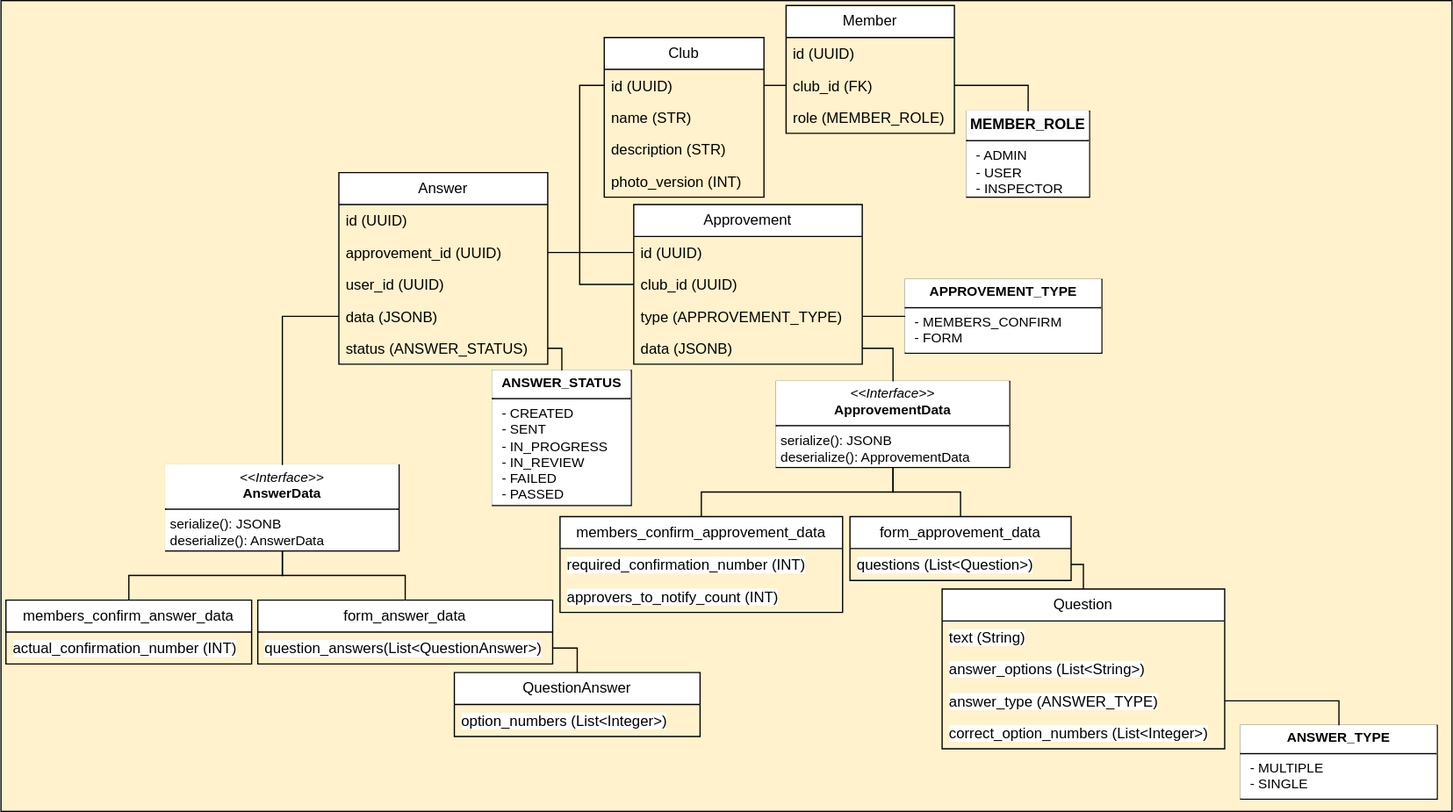
This is doc/img/domain_model.drawio.svg from ru-random-walk/club-service, a draw.io export, as it was before one commit. Source tidied: cells renumbered, new cells last; positions are measured from the earlier drawing's top-left corner, leaving out a move shared by most shapes.
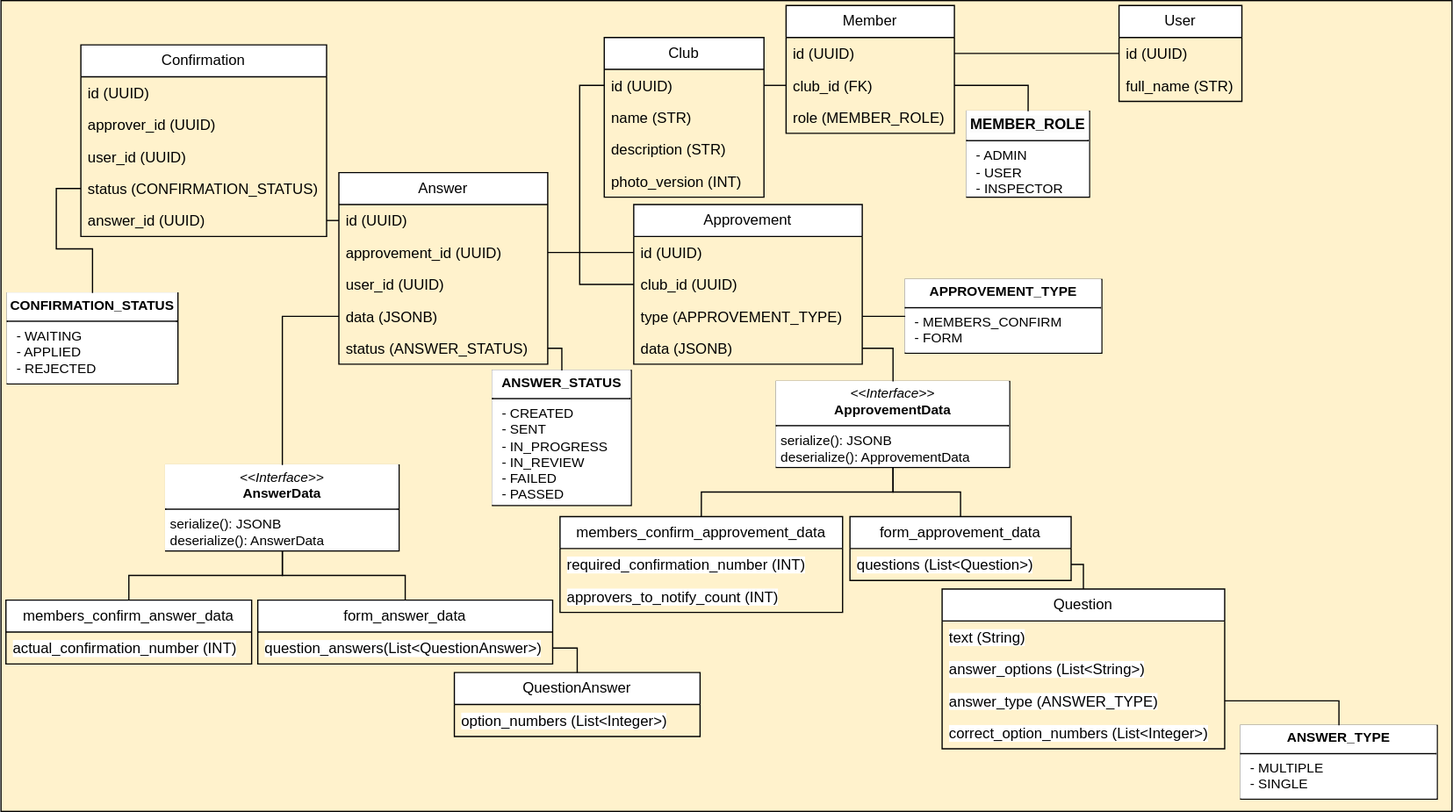
The same diagram one commit later.

Commit message:
update domain model

The edit, as a diff of the source:
```diff
@@ -176,5 +176,44 @@
     <mxCell id="59" style="edgeStyle=orthogonalEdgeStyle;rounded=0;jettySize=auto;html=1;exitX=0;exitY=0.5;exitDx=0;exitDy=0;entryX=0;entryY=0.5;entryDx=0;entryDy=0;endArrow=none;endFill=0;" parent="1" edge="1" source="4" target="10">
       <mxGeometry relative="1" as="geometry" />
     </mxCell>
+    <mxCell id="60" style="edgeStyle=orthogonalEdgeStyle;rounded=0;jettySize=auto;html=1;entryX=1;entryY=0.5;entryDx=0;entryDy=0;endArrow=none;startFill=0;" parent="1" edge="1" source="61" target="36">
+      <mxGeometry relative="1" as="geometry" />
+    </mxCell>
+    <mxCell id="61" value="User" style="swimlane;fontStyle=0;horizontal=1;startSize=26;fillColor=#FFFFFF;whiteSpace=wrap;html=1;strokeColor=default;align=center;verticalAlign=middle;fontFamily=Helvetica;fontSize=12;fontColor=default;" parent="1" vertex="1">
+      <mxGeometry x="910" y="4" width="100" height="78" as="geometry" />
+    </mxCell>
+    <mxCell id="62" value="id (UUID)" style="text;strokeColor=none;fillColor=none;align=left;verticalAlign=top;spacingLeft=4;spacingRight=4;overflow=hidden;whiteSpace=wrap;html=1;fontFamily=Helvetica;fontSize=12;fontColor=default;fontStyle=0;" parent="61" vertex="1">
+      <mxGeometry y="26" width="100" height="26" as="geometry" />
+    </mxCell>
+    <mxCell id="63" value="full_name (STR)" style="text;strokeColor=none;fillColor=none;align=left;verticalAlign=top;spacingLeft=4;spacingRight=4;overflow=hidden;whiteSpace=wrap;html=1;fontFamily=Helvetica;fontSize=12;fontColor=default;fontStyle=0;" parent="61" vertex="1">
+      <mxGeometry y="52" width="100" height="26" as="geometry" />
+    </mxCell>
+    <mxCell id="64" value="Confirmation" style="swimlane;fontStyle=0;horizontal=1;startSize=26;fillColor=#FFFFFF;whiteSpace=wrap;html=1;strokeColor=default;align=center;verticalAlign=middle;fontFamily=Helvetica;fontSize=12;fontColor=default;" parent="1" vertex="1">
+      <mxGeometry x="65" y="36" width="200" height="156" as="geometry" />
+    </mxCell>
+    <mxCell id="65" value="id (UUID)" style="text;strokeColor=none;fillColor=none;align=left;verticalAlign=top;spacingLeft=4;spacingRight=4;overflow=hidden;whiteSpace=wrap;html=1;fontFamily=Helvetica;fontSize=12;fontColor=default;fontStyle=0;" parent="64" vertex="1">
+      <mxGeometry y="26" width="200" height="26" as="geometry" />
+    </mxCell>
+    <mxCell id="66" value="approver_id (UUID)" style="text;strokeColor=none;fillColor=none;align=left;verticalAlign=top;spacingLeft=4;spacingRight=4;overflow=hidden;whiteSpace=wrap;html=1;fontFamily=Helvetica;fontSize=12;fontColor=default;fontStyle=0;" parent="64" vertex="1">
+      <mxGeometry y="52" width="200" height="26" as="geometry" />
+    </mxCell>
+    <mxCell id="67" value="user_id (UUID)" style="text;strokeColor=none;fillColor=none;align=left;verticalAlign=top;spacingLeft=4;spacingRight=4;overflow=hidden;whiteSpace=wrap;html=1;fontFamily=Helvetica;fontSize=12;fontColor=default;fontStyle=0;" parent="64" vertex="1">
+      <mxGeometry y="78" width="200" height="26" as="geometry" />
+    </mxCell>
+    <mxCell id="68" value="status (CONFIRMATION_STATUS)" style="text;strokeColor=none;fillColor=none;align=left;verticalAlign=top;spacingLeft=4;spacingRight=4;overflow=hidden;points=[[0,0.5],[1,0.5]];portConstraint=eastwest;whiteSpace=wrap;html=1;fontFamily=Helvetica;fontSize=12;fontColor=default;fontStyle=0;" parent="64" vertex="1">
+      <mxGeometry y="104" width="200" height="26" as="geometry" />
+    </mxCell>
+    <mxCell id="69" value="answer_id (UUID)" style="text;strokeColor=none;fillColor=none;align=left;verticalAlign=top;spacingLeft=4;spacingRight=4;overflow=hidden;points=[[0,0.5],[1,0.5]];portConstraint=eastwest;whiteSpace=wrap;html=1;fontFamily=Helvetica;fontSize=12;fontColor=default;fontStyle=0;" parent="64" vertex="1">
+      <mxGeometry y="130" width="200" height="26" as="geometry" />
+    </mxCell>
+    <mxCell id="70" value="&lt;p style=&quot;margin: 4px 0px 0px; text-align: center;&quot;&gt;&lt;b&gt;CONFIRMATION_STATUS&lt;/b&gt;&lt;/p&gt;&lt;hr size=&quot;1&quot; style=&quot;border-style:solid;&quot;&gt;&lt;p style=&quot;margin:0px;margin-left:8px;&quot;&gt;- WAITING&lt;/p&gt;&lt;p style=&quot;margin:0px;margin-left:8px;&quot;&gt;&lt;span style=&quot;background-color: light-dark(#ffffff, var(--ge-dark-color, #121212)); color: light-dark(rgb(0, 0, 0), rgb(255, 255, 255));&quot;&gt;- APPLIED&lt;/span&gt;&lt;/p&gt;&lt;p style=&quot;margin:0px;margin-left:8px;&quot;&gt;&lt;span style=&quot;background-color: light-dark(#ffffff, var(--ge-dark-color, #121212)); color: light-dark(rgb(0, 0, 0), rgb(255, 255, 255));&quot;&gt;- REJECTED&lt;/span&gt;&lt;/p&gt;" style="verticalAlign=top;align=left;overflow=fill;html=1;whiteSpace=wrap;fontFamily=Helvetica;fontSize=11;fontColor=default;labelBackgroundColor=default;" parent="1" vertex="1">
+      <mxGeometry x="5" y="238" width="139" height="74" as="geometry" />
+    </mxCell>
+    <mxCell id="71" style="edgeStyle=orthogonalEdgeStyle;rounded=0;jettySize=auto;html=1;exitX=1;exitY=0.5;exitDx=0;exitDy=0;entryX=0;entryY=0.5;entryDx=0;entryDy=0;endArrow=none;startFill=0;" parent="1" edge="1" source="69" target="40">
+      <mxGeometry relative="1" as="geometry" />
+    </mxCell>
+    <mxCell id="72" style="edgeStyle=orthogonalEdgeStyle;rounded=0;jettySize=auto;html=1;exitX=0;exitY=0.5;exitDx=0;exitDy=0;endArrow=none;startFill=0;" parent="1" edge="1" source="68" target="70">
+      <mxGeometry relative="1" as="geometry" />
+    </mxCell>
   </root>
 </mxGraphModel>
```
